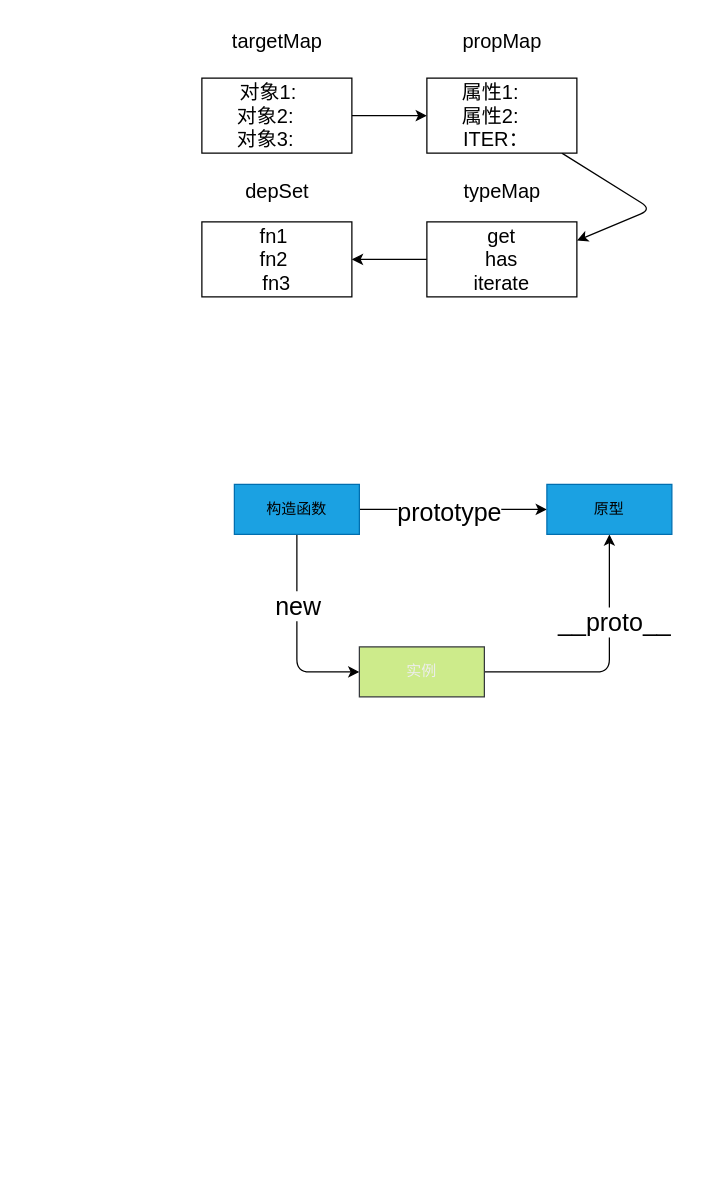
The draw.io diagram a.dio in patty-yang/blog, before the edit. Source tidied: cells renumbered, new cells numbered last; positions are measured from the earlier drawing's top-left corner, leaving out a move shared by most shapes. Both pictures are drawn from the tidied source at 125%, with x=0, y=0 at pixel (201, 21).
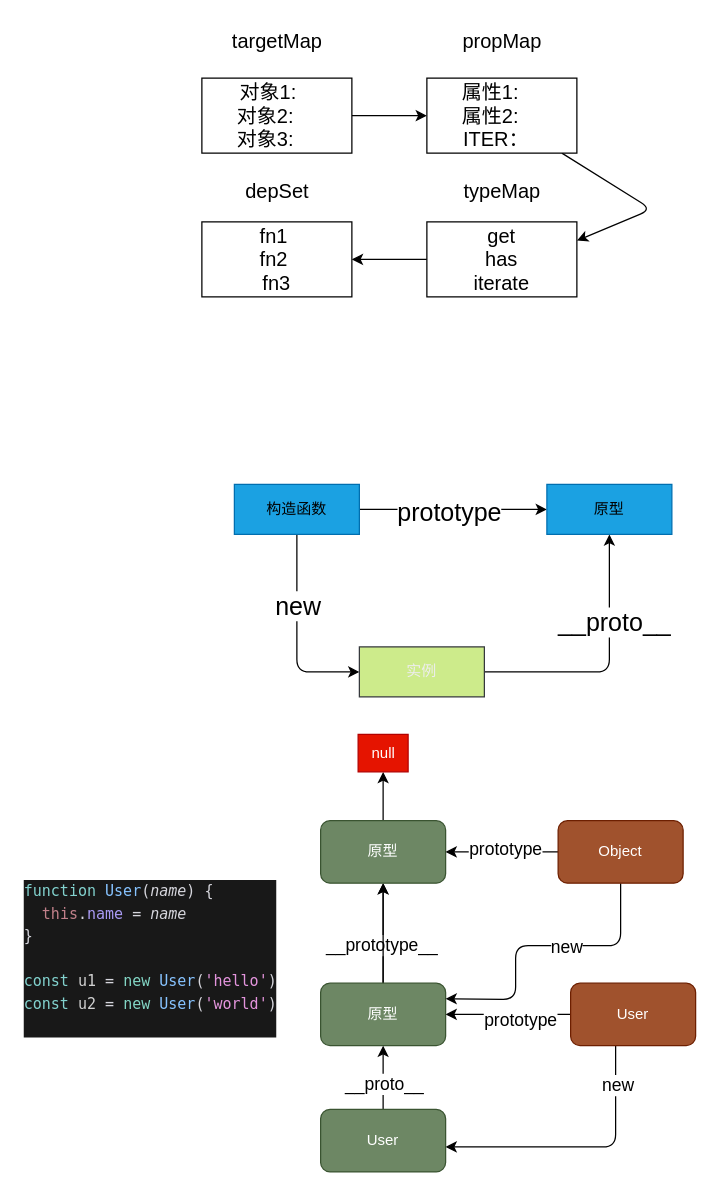
The same diagram, later.

Change to the diagram source:
```diff
@@
+    <mxCell id="22" value="&lt;div style=&quot;color: #d6d6dd;background-color: #181818;font-family: Menlo, Monaco, 'Courier New', monospace;font-weight: normal;font-size: 12px;line-height: 18px;white-space: pre;&quot;&gt;&lt;div&gt;&lt;span style=&quot;color: #82d2ce;&quot;&gt;function&lt;/span&gt;&lt;span style=&quot;color: #d6d6dd;&quot;&gt; &lt;/span&gt;&lt;span style=&quot;color: #87c3ff;&quot;&gt;User&lt;/span&gt;&lt;span style=&quot;color: #d6d6dd;&quot;&gt;(&lt;/span&gt;&lt;span style=&quot;color: #d6d6dd;font-style: italic;&quot;&gt;name&lt;/span&gt;&lt;span style=&quot;color: #d6d6dd;&quot;&gt;) {&lt;/span&gt;&lt;/div&gt;&lt;div&gt;&lt;span style=&quot;color: #d6d6dd;&quot;&gt;  &lt;/span&gt;&lt;span style=&quot;color: #c1808a;&quot;&gt;this&lt;/span&gt;&lt;span style=&quot;color: #d6d6dd;&quot;&gt;.&lt;/span&gt;&lt;span style=&quot;color: #aa9bf5;&quot;&gt;name&lt;/span&gt;&lt;span style=&quot;color: #d6d6dd;&quot;&gt; = &lt;/span&gt;&lt;span style=&quot;color: #d6d6dd;font-style: italic;&quot;&gt;name&lt;/span&gt;&lt;/div&gt;&lt;div&gt;&lt;span style=&quot;color: #d6d6dd;&quot;&gt;}&lt;/span&gt;&lt;/div&gt;&lt;br&gt;&lt;div&gt;&lt;span style=&quot;color: #82d2ce;&quot;&gt;const&lt;/span&gt;&lt;span style=&quot;color: #d6d6dd;&quot;&gt; &lt;/span&gt;&lt;span style=&quot;color: #d1d1d1;&quot;&gt;u1&lt;/span&gt;&lt;span style=&quot;color: #d6d6dd;&quot;&gt; = &lt;/span&gt;&lt;span style=&quot;color: #83d6c5;&quot;&gt;new&lt;/span&gt;&lt;span style=&quot;color: #d6d6dd;&quot;&gt; &lt;/span&gt;&lt;span style=&quot;color: #87c3ff;&quot;&gt;User&lt;/span&gt;&lt;span style=&quot;color: #d6d6dd;&quot;&gt;(&lt;/span&gt;&lt;span style=&quot;color: #e394dc;&quot;&gt;'hello'&lt;/span&gt;&lt;span style=&quot;color: #d6d6dd;&quot;&gt;)&lt;/span&gt;&lt;/div&gt;&lt;div&gt;&lt;span style=&quot;color: #82d2ce;&quot;&gt;const&lt;/span&gt;&lt;span style=&quot;color: #d6d6dd;&quot;&gt; &lt;/span&gt;&lt;span style=&quot;color: #d1d1d1;&quot;&gt;u2&lt;/span&gt;&lt;span style=&quot;color: #d6d6dd;&quot;&gt; = &lt;/span&gt;&lt;span style=&quot;color: #83d6c5;&quot;&gt;new&lt;/span&gt;&lt;span style=&quot;color: #d6d6dd;&quot;&gt; &lt;/span&gt;&lt;span style=&quot;color: #87c3ff;&quot;&gt;User&lt;/span&gt;&lt;span style=&quot;color: #d6d6dd;&quot;&gt;(&lt;/span&gt;&lt;span style=&quot;color: #e394dc;&quot;&gt;'world'&lt;/span&gt;&lt;span style=&quot;color: #d6d6dd;&quot;&gt;)&lt;/span&gt;&lt;/div&gt;&lt;br&gt;&lt;/div&gt;" style="text;whiteSpace=wrap;html=1;" parent="1" vertex="1">
+      <mxGeometry x="-144" y="680" width="210" height="140" as="geometry" />
+    </mxCell>
+    <mxCell id="23" style="edgeStyle=none;html=1;" parent="1" edge="1">
+      <mxGeometry relative="1" as="geometry">
+        <mxPoint x="331" y="780" as="sourcePoint" />
+        <mxPoint x="195" y="900" as="targetPoint" />
+        <Array as="points">
+          <mxPoint x="331" y="900" />
+        </Array>
+      </mxGeometry>
+    </mxCell>
+    <mxCell id="24" value="new" style="edgeLabel;html=1;align=center;verticalAlign=middle;fontSize=14;" parent="23" vertex="1">
+      <mxGeometry x="0.01" y="-2" relative="1" as="geometry">
+        <mxPoint x="10" y="-48" as="offset" />
+      </mxGeometry>
+    </mxCell>
+    <mxCell id="25" style="edgeStyle=none;html=1;" parent="1" edge="1" source="27" target="31">
+      <mxGeometry relative="1" as="geometry" />
+    </mxCell>
+    <mxCell id="26" value="prototype" style="edgeLabel;html=1;align=center;verticalAlign=middle;fontSize=14;" parent="25" vertex="1">
+      <mxGeometry x="-0.18" y="4" relative="1" as="geometry" />
+    </mxCell>
+    <mxCell id="27" value="User" style="rounded=1;whiteSpace=wrap;html=1;fillColor=#a0522d;fontColor=#ffffff;strokeColor=#6D1F00;" parent="1" vertex="1">
+      <mxGeometry x="295" y="769" width="100" height="50" as="geometry" />
+    </mxCell>
+    <mxCell id="28" style="edgeStyle=none;html=1;" parent="1" edge="1" source="31" target="36">
+      <mxGeometry relative="1" as="geometry" />
+    </mxCell>
+    <mxCell id="29" value="&lt;font style=&quot;font-size: 14px;&quot;&gt;__prototype__&lt;/font&gt;" style="edgeLabel;html=1;align=center;verticalAlign=middle;" parent="28" vertex="1">
+      <mxGeometry x="-0.23" y="2" relative="1" as="geometry" />
+    </mxCell>
+    <mxCell id="30" style="edgeStyle=none;html=1;" parent="1" edge="1" source="31" target="36">
+      <mxGeometry relative="1" as="geometry" />
+    </mxCell>
+    <mxCell id="31" value="原型" style="rounded=1;whiteSpace=wrap;html=1;fillColor=#6d8764;fontColor=#ffffff;strokeColor=#3A5431;" parent="1" vertex="1">
+      <mxGeometry x="95" y="769" width="100" height="50" as="geometry" />
+    </mxCell>
+    <mxCell id="32" style="edgeStyle=none;html=1;" parent="1" edge="1" source="34" target="31">
+      <mxGeometry relative="1" as="geometry" />
+    </mxCell>
+    <mxCell id="33" value="__proto__" style="edgeLabel;html=1;align=center;verticalAlign=middle;fontSize=14;" parent="32" vertex="1">
+      <mxGeometry x="-0.18" relative="1" as="geometry" />
+    </mxCell>
+    <mxCell id="34" value="User" style="rounded=1;whiteSpace=wrap;html=1;fillColor=#6d8764;fontColor=#ffffff;strokeColor=#3A5431;" parent="1" vertex="1">
+      <mxGeometry x="95" y="870" width="100" height="50" as="geometry" />
+    </mxCell>
+    <mxCell id="35" style="edgeStyle=none;html=1;" parent="1" edge="1" source="36">
+      <mxGeometry relative="1" as="geometry">
+        <mxPoint x="145" y="600" as="targetPoint" />
+      </mxGeometry>
+    </mxCell>
+    <mxCell id="36" value="原型" style="rounded=1;whiteSpace=wrap;html=1;fillColor=#6d8764;fontColor=#ffffff;strokeColor=#3A5431;" parent="1" vertex="1">
+      <mxGeometry x="95" y="639" width="100" height="50" as="geometry" />
+    </mxCell>
+    <mxCell id="37" style="edgeStyle=none;html=1;" parent="1" edge="1" source="41" target="36">
+      <mxGeometry relative="1" as="geometry" />
+    </mxCell>
+    <mxCell id="38" value="prototype" style="edgeLabel;html=1;align=center;verticalAlign=middle;fontSize=14;" parent="37" vertex="1">
+      <mxGeometry x="-0.04" y="-3" relative="1" as="geometry" />
+    </mxCell>
+    <mxCell id="39" style="edgeStyle=none;html=1;entryX=1;entryY=0.25;entryDx=0;entryDy=0;" parent="1" edge="1" source="41" target="31">
+      <mxGeometry relative="1" as="geometry">
+        <Array as="points">
+          <mxPoint x="335" y="739" />
+          <mxPoint x="251" y="739" />
+          <mxPoint x="251" y="782" />
+        </Array>
+      </mxGeometry>
+    </mxCell>
+    <mxCell id="40" value="new" style="edgeLabel;html=1;align=center;verticalAlign=middle;fontSize=14;" parent="39" vertex="1">
+      <mxGeometry x="-0.19" relative="1" as="geometry" />
+    </mxCell>
+    <mxCell id="41" value="Object" style="rounded=1;whiteSpace=wrap;html=1;fillColor=#a0522d;fontColor=#ffffff;strokeColor=#6D1F00;" parent="1" vertex="1">
+      <mxGeometry x="285" y="639" width="100" height="50" as="geometry" />
+    </mxCell>
+    <mxCell id="42" value="null" style="text;html=1;align=center;verticalAlign=middle;strokeColor=#B20000;fillColor=#e51400;fontColor=#ffffff;" parent="1" vertex="1">
+      <mxGeometry x="125" y="570" width="40" height="30" as="geometry" />
+    </mxCell>
```
